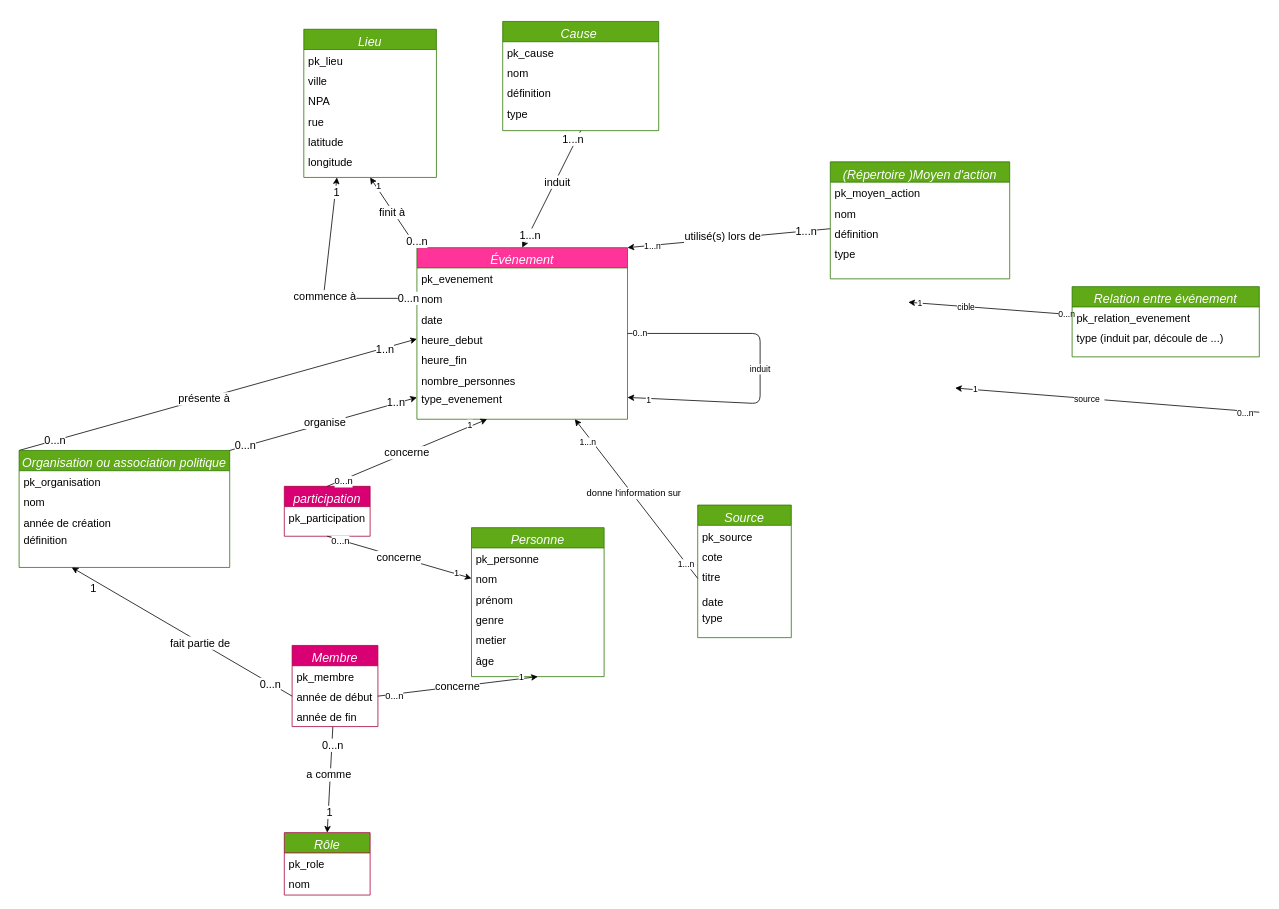
Earlier version of the draw.io diagram page "Page-1" (1 of 2) of MDC/MDC.drawio (AliaBrah/memoire_manifestations). Source tidied: cells renumbered, new cells numbered last; positions are measured from the earlier drawing's top-left corner, leaving out a move shared by most shapes. Both pictures are drawn from the tidied source at 78%, with x=0, y=0 at pixel (19, 21).
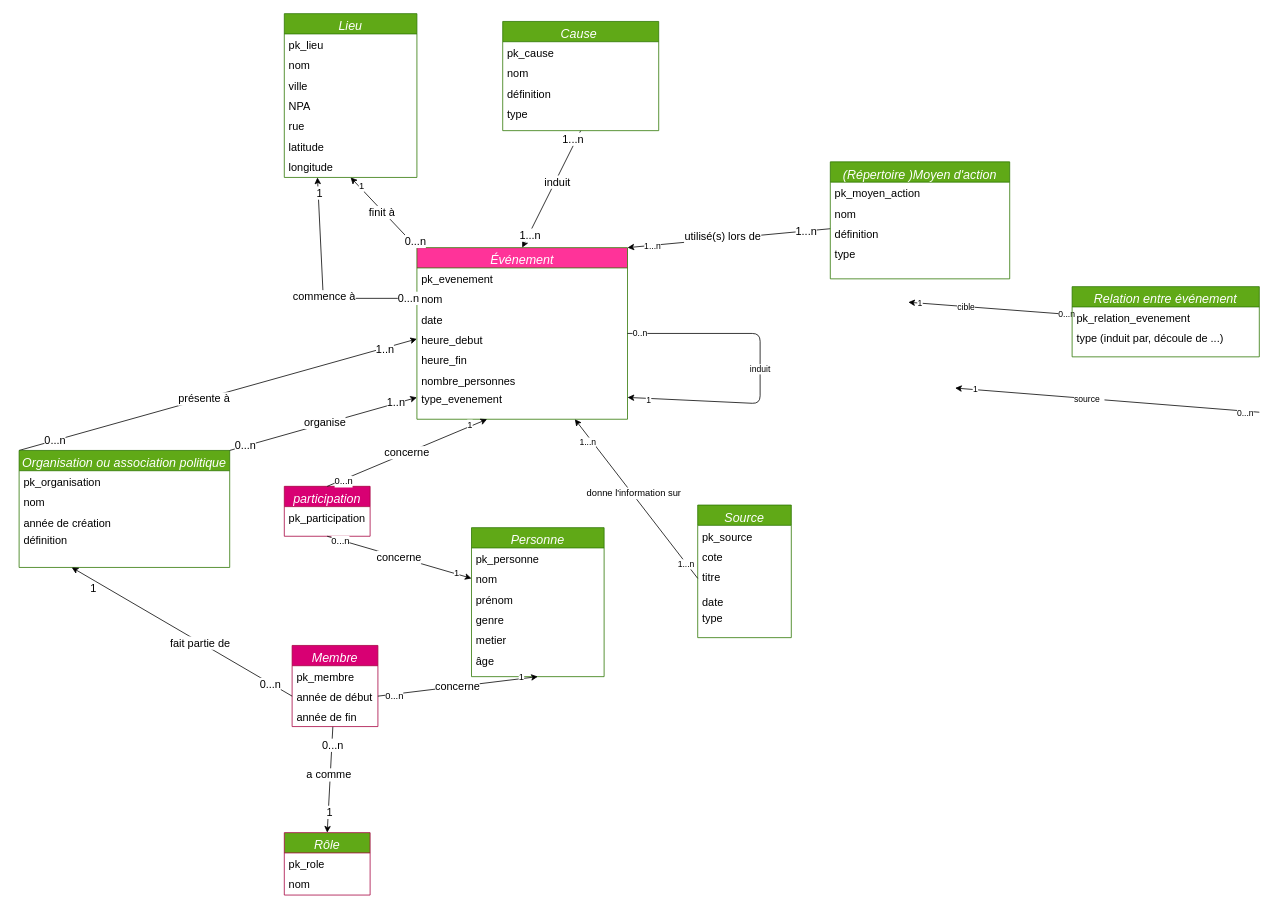
The same diagram, later.

Commit message (it also covers changes not shown here):
changement du MDC et création base de donnee

What changed in the source:
```diff
@@
     <mxCell id="21" value="Lieu" style="swimlane;fontStyle=2;align=center;verticalAlign=top;horizontal=1;startSize=26;rounded=0;shadow=0;strokeWidth=1;fillColor=#60a917;fontColor=#ffffff;strokeColor=#2D7600;fontSize=16;" parent="1" vertex="1">
-      <mxGeometry x="365" y="10" width="170" height="190" as="geometry" />
+      <mxGeometry x="340" y="-10" width="170" height="210" as="geometry" />
     </mxCell>
@@
-    <mxCell id="23" value="ville" style="text;align=left;verticalAlign=top;spacingLeft=4;spacingRight=4;overflow=hidden;fontSize=14;" parent="21" vertex="1">
+    <mxCell id="23" value="nom" style="text;align=left;verticalAlign=top;spacingLeft=4;spacingRight=4;overflow=hidden;fontSize=14;" parent="21" vertex="1">
       <mxGeometry y="52" width="170" height="26" as="geometry" />
     </mxCell>
-    <mxCell id="24" value="NPA" style="text;align=left;verticalAlign=top;spacingLeft=4;spacingRight=4;overflow=hidden;fontSize=14;" parent="21" vertex="1">
+    <mxCell id="24" value="ville" style="text;align=left;verticalAlign=top;spacingLeft=4;spacingRight=4;overflow=hidden;fontSize=14;" parent="21" vertex="1">
       <mxGeometry y="78" width="170" height="26" as="geometry" />
     </mxCell>
-    <mxCell id="25" value="rue" style="text;align=left;verticalAlign=top;spacingLeft=4;spacingRight=4;overflow=hidden;fontSize=14;" parent="21" vertex="1">
+    <mxCell id="25" value="NPA" style="text;align=left;verticalAlign=top;spacingLeft=4;spacingRight=4;overflow=hidden;fontSize=14;" parent="21" vertex="1">
       <mxGeometry y="104" width="170" height="26" as="geometry" />
     </mxCell>
-    <mxCell id="26" value="latitude" style="text;align=left;verticalAlign=top;spacingLeft=4;spacingRight=4;overflow=hidden;fontSize=14;" parent="21" vertex="1">
+    <mxCell id="26" value="rue" style="text;align=left;verticalAlign=top;spacingLeft=4;spacingRight=4;overflow=hidden;fontSize=14;" parent="21" vertex="1">
       <mxGeometry y="130" width="170" height="26" as="geometry" />
     </mxCell>
-    <mxCell id="27" value="longitude" style="text;align=left;verticalAlign=top;spacingLeft=4;spacingRight=4;overflow=hidden;fontSize=14;" parent="21" vertex="1">
+    <mxCell id="27" value="latitude" style="text;align=left;verticalAlign=top;spacingLeft=4;spacingRight=4;overflow=hidden;fontSize=14;" parent="21" vertex="1">
       <mxGeometry y="156" width="170" height="26" as="geometry" />
     </mxCell>
+    <mxCell id="116" value="longitude" style="text;align=left;verticalAlign=top;spacingLeft=4;spacingRight=4;overflow=hidden;fontSize=14;" parent="21" vertex="1">
+      <mxGeometry y="182" width="170" height="26" as="geometry" />
+    </mxCell>
```
